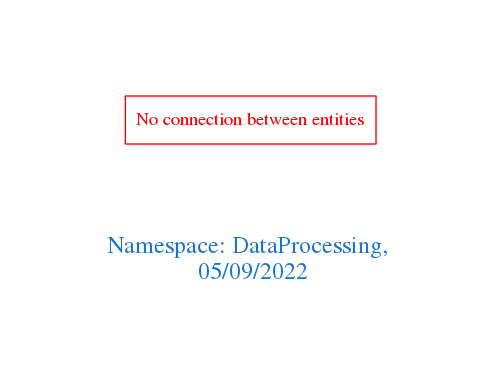
Earlier version of the Graphviz export downloads/DataProcessing.png (arago/OGIT). Its source is kept beside it as downloads/DataProcessing.dot.
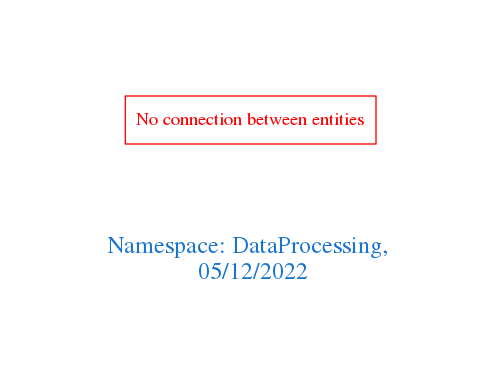
Later version of the same file.

Diff of the diagram source:
```diff
@@ -1,7 +1,7 @@
 digraph OGIT_ontology {
  graph [ rankdir= LR,pad=1
 fontsize = 18,
-fontcolor= dodgerblue3,label = "\n\n\nNamespace: DataProcessing, \n 05/09/2022"];
+fontcolor= dodgerblue3,label = "\n\n\nNamespace: DataProcessing, \n 05/12/2022"];
 node[shape=polygon];
 edge [  color="gray81"];
 
```
